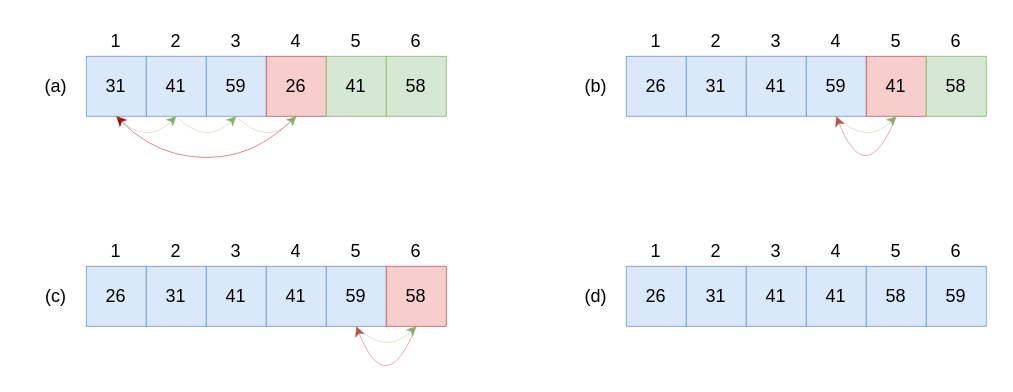
The draw.io diagram Untitled Diagram.drawio in qinxinliang/diagrams, before the edit. Source tidied: cells renumbered, new cells numbered last; positions are measured from the earlier drawing's top-left corner, leaving out a move shared by most shapes. Both pictures are drawn from the tidied source at 150%, with x=0, y=0 at pixel (26, 26).
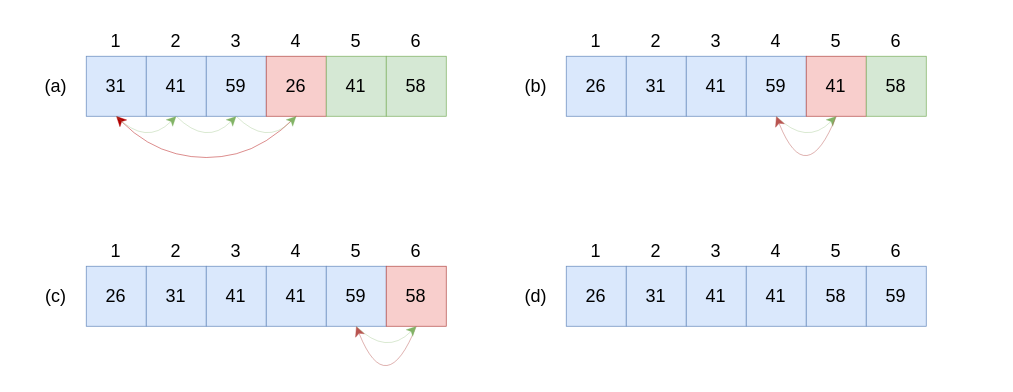
The same page after the edit.

What changed in the source:
```diff
@@
     <mxCell id="19" value="26" style="whiteSpace=wrap;html=1;strokeWidth=0.5;fillColor=#dae8fc;strokeColor=#6c8ebf;" parent="1" vertex="1">
-      <mxGeometry x="400" y="20" width="40" height="40" as="geometry" />
+      <mxGeometry x="360" y="20" width="40" height="40" as="geometry" />
     </mxCell>
     <mxCell id="20" value="31" style="whiteSpace=wrap;html=1;strokeWidth=0.5;fillColor=#dae8fc;strokeColor=#6c8ebf;" parent="1" vertex="1">
-      <mxGeometry x="440" y="20" width="40" height="40" as="geometry" />
+      <mxGeometry x="400" y="20" width="40" height="40" as="geometry" />
     </mxCell>
     <mxCell id="21" value="41" style="whiteSpace=wrap;html=1;strokeWidth=0.5;fillColor=#dae8fc;strokeColor=#6c8ebf;" parent="1" vertex="1">
-      <mxGeometry x="480" y="20" width="40" height="40" as="geometry" />
+      <mxGeometry x="440" y="20" width="40" height="40" as="geometry" />
     </mxCell>
     <mxCell id="22" value="59" style="whiteSpace=wrap;html=1;strokeWidth=0.5;fillColor=#dae8fc;strokeColor=#6c8ebf;" parent="1" vertex="1">
-      <mxGeometry x="520" y="20" width="40" height="40" as="geometry" />
+      <mxGeometry x="480" y="20" width="40" height="40" as="geometry" />
     </mxCell>
     <mxCell id="23" value="41" style="whiteSpace=wrap;html=1;strokeWidth=0.5;fillColor=#f8cecc;strokeColor=#b85450;" parent="1" vertex="1">
-      <mxGeometry x="560" y="20" width="40" height="40" as="geometry" />
+      <mxGeometry x="520" y="20" width="40" height="40" as="geometry" />
     </mxCell>
     <mxCell id="24" value="58" style="whiteSpace=wrap;html=1;strokeWidth=0.5;fillColor=#d5e8d4;strokeColor=#82b366;" parent="1" vertex="1">
-      <mxGeometry x="600" y="20" width="40" height="40" as="geometry" />
+      <mxGeometry x="560" y="20" width="40" height="40" as="geometry" />
     </mxCell>
     <mxCell id="25" value="1" style="text;html=1;strokeColor=none;fillColor=none;align=center;verticalAlign=middle;whiteSpace=wrap;rounded=0;" parent="1" vertex="1">
-      <mxGeometry x="400" width="40" height="20" as="geometry" />
+      <mxGeometry x="360" width="40" height="20" as="geometry" />
     </mxCell>
     <mxCell id="26" value="2" style="text;html=1;strokeColor=none;fillColor=none;align=center;verticalAlign=middle;whiteSpace=wrap;rounded=0;" parent="1" vertex="1">
-      <mxGeometry x="440" width="40" height="20" as="geometry" />
+      <mxGeometry x="400" width="40" height="20" as="geometry" />
     </mxCell>
     <mxCell id="27" value="3" style="text;html=1;strokeColor=none;fillColor=none;align=center;verticalAlign=middle;whiteSpace=wrap;rounded=0;" parent="1" vertex="1">
-      <mxGeometry x="480" width="40" height="20" as="geometry" />
+      <mxGeometry x="440" width="40" height="20" as="geometry" />
     </mxCell>
     <mxCell id="28" value="4" style="text;html=1;strokeColor=none;fillColor=none;align=center;verticalAlign=middle;whiteSpace=wrap;rounded=0;" parent="1" vertex="1">
-      <mxGeometry x="520" width="40" height="20" as="geometry" />
+      <mxGeometry x="480" width="40" height="20" as="geometry" />
     </mxCell>
     <mxCell id="29" value="5" style="text;html=1;strokeColor=none;fillColor=none;align=center;verticalAlign=middle;whiteSpace=wrap;rounded=0;" parent="1" vertex="1">
-      <mxGeometry x="560" width="40" height="20" as="geometry" />
+      <mxGeometry x="520" width="40" height="20" as="geometry" />
     </mxCell>
     <mxCell id="30" value="6" style="text;html=1;strokeColor=none;fillColor=none;align=center;verticalAlign=middle;whiteSpace=wrap;rounded=0;" parent="1" vertex="1">
-      <mxGeometry x="600" width="40" height="20" as="geometry" />
+      <mxGeometry x="560" width="40" height="20" as="geometry" />
     </mxCell>
     <mxCell id="31" value="(b)" style="text;html=1;strokeColor=none;fillColor=none;align=center;verticalAlign=middle;whiteSpace=wrap;rounded=0;" parent="1" vertex="1">
-      <mxGeometry x="360" y="20" width="40" height="40" as="geometry" />
+      <mxGeometry x="320" y="20" width="40" height="40" as="geometry" />
     </mxCell>
@@
-    <mxCell id="45" style="endArrow=classic;html=1;entryX=0.5;entryY=1;entryDx=0;entryDy=0;exitX=0.5;exitY=1;exitDx=0;exitDy=0;curved=1;fillColor=#f8cecc;gradientColor=#ea6b66;strokeColor=#b85450;strokeWidth=0.3;" parent="1" edge="1" source="23" target="22">
-      <mxGeometry relative="1" as="geometry">
-        <Array as="points">
-          <mxPoint x="560" y="110" />
-        </Array>
-      </mxGeometry>
-    </mxCell>
     <mxCell id="46" style="endArrow=classic;html=1;entryX=0.5;entryY=1;entryDx=0;entryDy=0;exitX=0.5;exitY=1;exitDx=0;exitDy=0;curved=1;strokeWidth=0.2;fillColor=#d5e8d4;gradientColor=#97d077;strokeColor=#82b366;" parent="1" edge="1" source="22" target="23">
       <mxGeometry relative="1" as="geometry">
         <Array as="points">
-          <mxPoint x="560" y="80" />
+          <mxPoint x="520" y="80" />
         </Array>
       </mxGeometry>
     </mxCell>
@@
     <mxCell id="49" value="26" style="whiteSpace=wrap;html=1;strokeWidth=0.5;fillColor=#dae8fc;strokeColor=#6c8ebf;" parent="1" vertex="1">
-      <mxGeometry x="400" y="160" width="40" height="40" as="geometry" />
+      <mxGeometry x="360" y="160" width="40" height="40" as="geometry" />
     </mxCell>
     <mxCell id="50" value="31" style="whiteSpace=wrap;html=1;strokeWidth=0.5;fillColor=#dae8fc;strokeColor=#6c8ebf;" parent="1" vertex="1">
-      <mxGeometry x="440" y="160" width="40" height="40" as="geometry" />
+      <mxGeometry x="400" y="160" width="40" height="40" as="geometry" />
     </mxCell>
     <mxCell id="51" value="41" style="whiteSpace=wrap;html=1;strokeWidth=0.5;fillColor=#dae8fc;strokeColor=#6c8ebf;" parent="1" vertex="1">
-      <mxGeometry x="480" y="160" width="40" height="40" as="geometry" />
+      <mxGeometry x="440" y="160" width="40" height="40" as="geometry" />
     </mxCell>
     <mxCell id="52" value="41" style="whiteSpace=wrap;html=1;strokeWidth=0.5;fillColor=#dae8fc;strokeColor=#6c8ebf;" parent="1" vertex="1">
-      <mxGeometry x="520" y="160" width="40" height="40" as="geometry" />
+      <mxGeometry x="480" y="160" width="40" height="40" as="geometry" />
     </mxCell>
     <mxCell id="53" value="58" style="whiteSpace=wrap;html=1;strokeWidth=0.5;fillColor=#dae8fc;strokeColor=#6c8ebf;" parent="1" vertex="1">
-      <mxGeometry x="560" y="160" width="40" height="40" as="geometry" />
+      <mxGeometry x="520" y="160" width="40" height="40" as="geometry" />
     </mxCell>
     <mxCell id="54" value="59" style="whiteSpace=wrap;html=1;strokeWidth=0.5;fillColor=#dae8fc;strokeColor=#6c8ebf;" parent="1" vertex="1">
-      <mxGeometry x="600" y="160" width="40" height="40" as="geometry" />
+      <mxGeometry x="560" y="160" width="40" height="40" as="geometry" />
     </mxCell>
     <mxCell id="55" value="1" style="text;html=1;strokeColor=none;fillColor=none;align=center;verticalAlign=middle;whiteSpace=wrap;rounded=0;" parent="1" vertex="1">
-      <mxGeometry x="400" y="140" width="40" height="20" as="geometry" />
+      <mxGeometry x="360" y="140" width="40" height="20" as="geometry" />
     </mxCell>
     <mxCell id="56" value="2" style="text;html=1;strokeColor=none;fillColor=none;align=center;verticalAlign=middle;whiteSpace=wrap;rounded=0;" parent="1" vertex="1">
-      <mxGeometry x="440" y="140" width="40" height="20" as="geometry" />
+      <mxGeometry x="400" y="140" width="40" height="20" as="geometry" />
     </mxCell>
     <mxCell id="57" value="3" style="text;html=1;strokeColor=none;fillColor=none;align=center;verticalAlign=middle;whiteSpace=wrap;rounded=0;" parent="1" vertex="1">
-      <mxGeometry x="480" y="140" width="40" height="20" as="geometry" />
+      <mxGeometry x="440" y="140" width="40" height="20" as="geometry" />
     </mxCell>
     <mxCell id="58" value="4" style="text;html=1;strokeColor=none;fillColor=none;align=center;verticalAlign=middle;whiteSpace=wrap;rounded=0;" parent="1" vertex="1">
-      <mxGeometry x="520" y="140" width="40" height="20" as="geometry" />
+      <mxGeometry x="480" y="140" width="40" height="20" as="geometry" />
     </mxCell>
     <mxCell id="59" value="5" style="text;html=1;strokeColor=none;fillColor=none;align=center;verticalAlign=middle;whiteSpace=wrap;rounded=0;" parent="1" vertex="1">
-      <mxGeometry x="560" y="140" width="40" height="20" as="geometry" />
+      <mxGeometry x="520" y="140" width="40" height="20" as="geometry" />
     </mxCell>
     <mxCell id="60" value="6" style="text;html=1;strokeColor=none;fillColor=none;align=center;verticalAlign=middle;whiteSpace=wrap;rounded=0;" parent="1" vertex="1">
-      <mxGeometry x="600" y="140" width="40" height="20" as="geometry" />
+      <mxGeometry x="560" y="140" width="40" height="20" as="geometry" />
     </mxCell>
     <mxCell id="61" value="(d)" style="text;html=1;strokeColor=none;fillColor=none;align=center;verticalAlign=middle;whiteSpace=wrap;rounded=0;" parent="1" vertex="1">
-      <mxGeometry x="360" y="160" width="40" height="40" as="geometry" />
+      <mxGeometry x="320" y="160" width="40" height="40" as="geometry" />
     </mxCell>
+    <mxCell id="45" style="endArrow=classic;html=1;entryX=0.5;entryY=1;entryDx=0;entryDy=0;exitX=0.5;exitY=1;exitDx=0;exitDy=0;curved=1;strokeWidth=0.3;fillColor=#f8cecc;gradientColor=#ea6b66;strokeColor=#b85450;" parent="1" edge="1" source="23" target="22">
+      <mxGeometry relative="1" as="geometry">
+        <Array as="points">
+          <mxPoint x="520" y="110" />
+        </Array>
+      </mxGeometry>
+    </mxCell>
```
